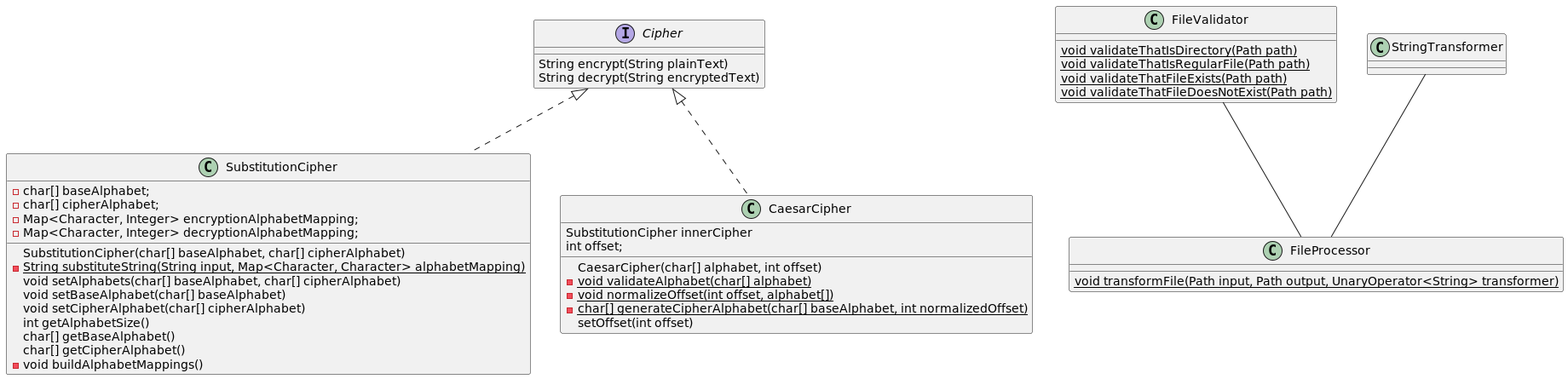
The PlantUML diagram docs/class-diagram.png in jlarteaga/cgu-cryptography-project, before a commit.
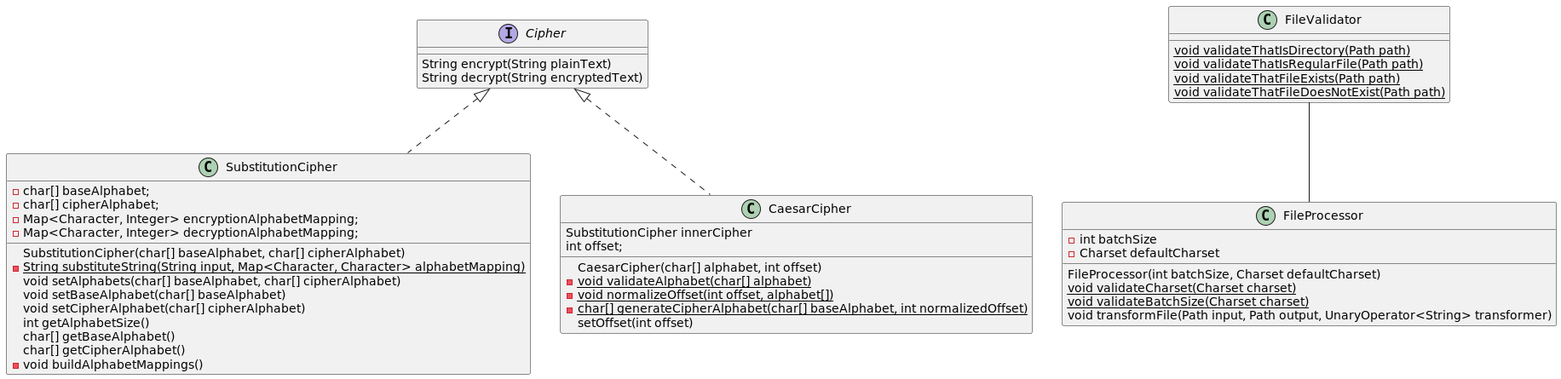
The same file after the commit.

Change to the diagram source:
```diff
@@ -42,10 +42,16 @@
 }
 
 class FileProcessor {
-    {static} void transformFile(Path input, Path output, UnaryOperator<String> transformer)
+    - int batchSize
+    - Charset defaultCharset
+
+    FileProcessor(int batchSize, Charset defaultCharset)
+    {static} void validateCharset(Charset charset)
+    {static} void validateBatchSize(Charset charset)
+    void transformFile(Path input, Path output, UnaryOperator<String> transformer)
+
 }
 
 FileValidator -- FileProcessor
-StringTransformer -- FileProcessor
 
 @enduml
```
